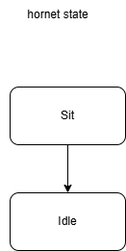
Before: doc/images/hornetState.png, a diagram exported from draw.io (qihaichiaki/GameBase). Source tidied: cells renumbered, new cells last; positions are measured from the earlier drawing's top-left corner, leaving out a move shared by most shapes.
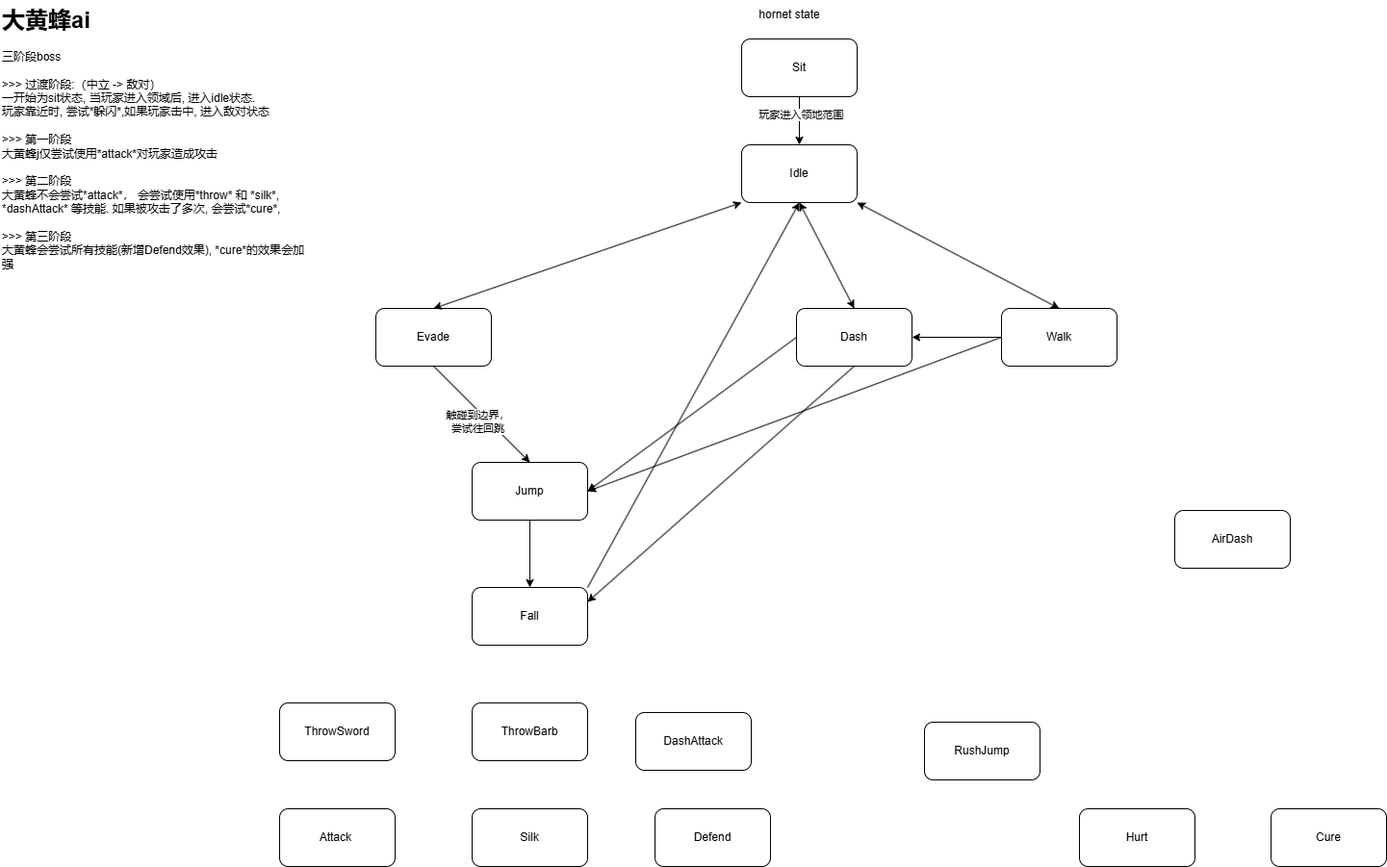
After the commit.

Diff of the diagram source:
```diff
@@ -3,7 +3,7 @@
     <mxCell id="0" />
     <mxCell id="1" parent="0" />
     <mxCell id="2" value="hornet state" style="text;html=1;align=center;verticalAlign=middle;whiteSpace=wrap;rounded=0;" parent="1" vertex="1">
-      <mxGeometry width="120" height="30" as="geometry" />
+      <mxGeometry y="50" width="120" height="30" as="geometry" />
     </mxCell>
     <mxCell id="3" value="Idle" style="rounded=1;whiteSpace=wrap;html=1;" parent="1" vertex="1">
       <mxGeometry x="10" y="200" width="120" height="60" as="geometry" />
@@ -14,5 +14,91 @@
     <mxCell id="5" style="curved=1;endArrow=classic;html=1;rounded=0;exitX=0.5;exitY=1;exitDx=0;exitDy=0;entryX=0.5;entryY=0;entryDx=0;entryDy=0;" parent="1" edge="1" source="4" target="3">
       <mxGeometry relative="1" as="geometry" />
     </mxCell>
+    <mxCell id="6" value="玩家进入领地范围" style="edgeLabel;html=1;align=center;verticalAlign=middle;" parent="5" vertex="1">
+      <mxGeometry x="-0.24" y="1" relative="1" as="geometry" />
+    </mxCell>
+    <mxCell id="7" value="Attack&amp;nbsp;" style="rounded=1;whiteSpace=wrap;html=1;" parent="1" vertex="1">
+      <mxGeometry x="-470" y="890" width="120" height="60" as="geometry" />
+    </mxCell>
+    <mxCell id="8" value="Silk" style="rounded=1;whiteSpace=wrap;html=1;" parent="1" vertex="1">
+      <mxGeometry x="-270" y="890" width="120" height="60" as="geometry" />
+    </mxCell>
+    <mxCell id="9" value="Evade" style="rounded=1;whiteSpace=wrap;html=1;" parent="1" vertex="1">
+      <mxGeometry x="-370" y="370" width="120" height="60" as="geometry" />
+    </mxCell>
+    <mxCell id="10" value="ThrowSword" style="rounded=1;whiteSpace=wrap;html=1;" parent="1" vertex="1">
+      <mxGeometry x="-470" y="780" width="120" height="60" as="geometry" />
+    </mxCell>
+    <mxCell id="11" value="Cure" style="rounded=1;whiteSpace=wrap;html=1;" parent="1" vertex="1">
+      <mxGeometry x="560" y="890" width="120" height="60" as="geometry" />
+    </mxCell>
+    <mxCell id="12" value="Defend" style="rounded=1;whiteSpace=wrap;html=1;" parent="1" vertex="1">
+      <mxGeometry x="-80" y="890" width="120" height="60" as="geometry" />
+    </mxCell>
+    <mxCell id="13" value="Hurt" style="rounded=1;whiteSpace=wrap;html=1;" parent="1" vertex="1">
+      <mxGeometry x="361" y="890" width="120" height="60" as="geometry" />
+    </mxCell>
+    <mxCell id="14" value="Walk" style="rounded=1;whiteSpace=wrap;html=1;" parent="1" vertex="1">
+      <mxGeometry x="280" y="370" width="120" height="60" as="geometry" />
+    </mxCell>
+    <mxCell id="15" value="J&lt;span style=&quot;background-color: transparent; color: light-dark(rgb(0, 0, 0), rgb(255, 255, 255));&quot;&gt;ump&lt;/span&gt;" style="rounded=1;whiteSpace=wrap;html=1;" parent="1" vertex="1">
+      <mxGeometry x="-270" y="530" width="120" height="60" as="geometry" />
+    </mxCell>
+    <mxCell id="16" value="Fall" style="rounded=1;whiteSpace=wrap;html=1;" parent="1" vertex="1">
+      <mxGeometry x="-270" y="660" width="120" height="60" as="geometry" />
+    </mxCell>
+    <mxCell id="17" value="RushJ&lt;span style=&quot;background-color: transparent; color: light-dark(rgb(0, 0, 0), rgb(255, 255, 255));&quot;&gt;ump&lt;/span&gt;" style="rounded=1;whiteSpace=wrap;html=1;" parent="1" vertex="1">
+      <mxGeometry x="200" y="800" width="120" height="60" as="geometry" />
+    </mxCell>
+    <mxCell id="18" value="Dash" style="rounded=1;whiteSpace=wrap;html=1;" parent="1" vertex="1">
+      <mxGeometry x="67" y="370" width="120" height="60" as="geometry" />
+    </mxCell>
+    <mxCell id="19" value="AirDash" style="rounded=1;whiteSpace=wrap;html=1;" parent="1" vertex="1">
+      <mxGeometry x="460" y="580" width="120" height="60" as="geometry" />
+    </mxCell>
+    <mxCell id="20" value="&lt;h1 style=&quot;margin-top: 0px;&quot;&gt;大黄蜂ai&lt;/h1&gt;&lt;div&gt;三阶段boss&lt;/div&gt;&lt;div&gt;&lt;br&gt;&lt;/div&gt;&lt;div&gt;&amp;gt;&amp;gt;&amp;gt; 过渡阶段:（中立 -&amp;gt; 敌对）&lt;/div&gt;&lt;div&gt;一开始为sit状态, 当玩家进入领域后, 进入idle状态.&lt;/div&gt;&lt;div&gt;玩家靠近时, 尝试*&lt;span style=&quot;background-color: transparent; color: light-dark(rgb(0, 0, 0), rgb(255, 255, 255));&quot;&gt;躲闪&lt;/span&gt;&lt;span style=&quot;background-color: transparent; color: light-dark(rgb(0, 0, 0), rgb(255, 255, 255));&quot;&gt;*,如果玩家击中, 进入敌对状态&lt;/span&gt;&lt;/div&gt;&lt;div&gt;&lt;span style=&quot;background-color: transparent; color: light-dark(rgb(0, 0, 0), rgb(255, 255, 255));&quot;&gt;&lt;br&gt;&lt;/span&gt;&lt;/div&gt;&lt;div&gt;&lt;span style=&quot;background-color: transparent; color: light-dark(rgb(0, 0, 0), rgb(255, 255, 255));&quot;&gt;&amp;gt;&amp;gt;&amp;gt; 第一阶段&lt;/span&gt;&lt;/div&gt;&lt;div&gt;&lt;span style=&quot;background-color: transparent; color: light-dark(rgb(0, 0, 0), rgb(255, 255, 255));&quot;&gt;大黄蜂j仅尝试使用*attack*对玩家造成攻击&lt;/span&gt;&lt;/div&gt;&lt;div&gt;&lt;span style=&quot;background-color: transparent; color: light-dark(rgb(0, 0, 0), rgb(255, 255, 255));&quot;&gt;&lt;br&gt;&lt;/span&gt;&lt;/div&gt;&lt;div&gt;&amp;gt;&amp;gt;&amp;gt; 第二阶段&lt;/div&gt;&lt;div&gt;大黄蜂不会尝试*attack*， 会尝试使用*throw* 和 *silk*, *dashAttack* 等技能.&amp;nbsp;&lt;span style=&quot;background-color: transparent; color: light-dark(rgb(0, 0, 0), rgb(255, 255, 255));&quot;&gt;如果被攻击了多次, 会尝试*cure*,&lt;/span&gt;&lt;/div&gt;&lt;div&gt;&lt;br&gt;&lt;/div&gt;&lt;div&gt;&amp;gt;&amp;gt;&amp;gt; 第三阶段&lt;/div&gt;&lt;div&gt;大黄蜂会尝试所有技能(新增Defend效果), *cure*的效果会加强&lt;/div&gt;" style="text;html=1;whiteSpace=wrap;overflow=hidden;rounded=0;" parent="1" vertex="1">
+      <mxGeometry x="-760" y="50" width="320" height="300" as="geometry" />
+    </mxCell>
+    <mxCell id="21" value="ThrowBarb" style="rounded=1;whiteSpace=wrap;html=1;" parent="1" vertex="1">
+      <mxGeometry x="-270" y="780" width="120" height="60" as="geometry" />
+    </mxCell>
+    <mxCell id="22" value="DashAttack" style="rounded=1;whiteSpace=wrap;html=1;" parent="1" vertex="1">
+      <mxGeometry x="-100" y="790" width="120" height="60" as="geometry" />
+    </mxCell>
+    <mxCell id="23" style="endArrow=classic;startArrow=classic;html=1;rounded=0;exitX=0.5;exitY=0;exitDx=0;exitDy=0;entryX=0;entryY=1;entryDx=0;entryDy=0;" parent="1" edge="1" source="9" target="3">
+      <mxGeometry relative="1" as="geometry" />
+    </mxCell>
+    <mxCell id="24" style="endArrow=classic;html=1;rounded=0;exitX=0.5;exitY=1;exitDx=0;exitDy=0;entryX=0.5;entryY=0;entryDx=0;entryDy=0;" parent="1" edge="1" source="9" target="15">
+      <mxGeometry relative="1" as="geometry" />
+    </mxCell>
+    <mxCell id="25" value="触碰到边界，&lt;div&gt;尝试往回跳&lt;/div&gt;" style="edgeLabel;html=1;align=center;verticalAlign=middle;" parent="24" vertex="1">
+      <mxGeometry x="0.01" y="-8" relative="1" as="geometry">
+        <mxPoint y="1" as="offset" />
+      </mxGeometry>
+    </mxCell>
+    <mxCell id="26" style="endArrow=classic;html=1;rounded=0;exitX=0.5;exitY=1;exitDx=0;exitDy=0;entryX=0.5;entryY=0;entryDx=0;entryDy=0;" parent="1" edge="1" source="15" target="16">
+      <mxGeometry relative="1" as="geometry" />
+    </mxCell>
+    <mxCell id="27" style="endArrow=classic;html=1;rounded=0;exitX=1;exitY=0;exitDx=0;exitDy=0;entryX=0.5;entryY=1;entryDx=0;entryDy=0;" parent="1" edge="1" source="16" target="3">
+      <mxGeometry relative="1" as="geometry" />
+    </mxCell>
+    <mxCell id="28" style="endArrow=classic;startArrow=classic;html=1;rounded=0;exitX=0.5;exitY=0;exitDx=0;exitDy=0;entryX=0.5;entryY=1;entryDx=0;entryDy=0;" parent="1" edge="1" source="18" target="3">
+      <mxGeometry relative="1" as="geometry" />
+    </mxCell>
+    <mxCell id="29" style="endArrow=classic;html=1;rounded=0;exitX=0;exitY=0.5;exitDx=0;exitDy=0;entryX=1;entryY=0.5;entryDx=0;entryDy=0;" parent="1" edge="1" source="18" target="15">
+      <mxGeometry relative="1" as="geometry" />
+    </mxCell>
+    <mxCell id="30" style="endArrow=classic;startArrow=classic;html=1;rounded=0;exitX=0.5;exitY=0;exitDx=0;exitDy=0;entryX=1;entryY=1;entryDx=0;entryDy=0;" parent="1" edge="1" source="14" target="3">
+      <mxGeometry relative="1" as="geometry" />
+    </mxCell>
+    <mxCell id="31" style="endArrow=classic;html=1;rounded=0;exitX=0;exitY=0.5;exitDx=0;exitDy=0;entryX=1;entryY=0.5;entryDx=0;entryDy=0;" parent="1" edge="1" source="14" target="15">
+      <mxGeometry relative="1" as="geometry" />
+    </mxCell>
+    <mxCell id="32" style="endArrow=classic;html=1;rounded=0;exitX=0;exitY=0.5;exitDx=0;exitDy=0;entryX=1;entryY=0.5;entryDx=0;entryDy=0;" parent="1" edge="1" source="14" target="18">
+      <mxGeometry relative="1" as="geometry" />
+    </mxCell>
+    <mxCell id="33" style="endArrow=classic;html=1;rounded=0;exitX=0.5;exitY=1;exitDx=0;exitDy=0;entryX=1;entryY=0.25;entryDx=0;entryDy=0;" parent="1" edge="1" source="18" target="16">
+      <mxGeometry relative="1" as="geometry" />
+    </mxCell>
   </root>
 </mxGraphModel>
```
